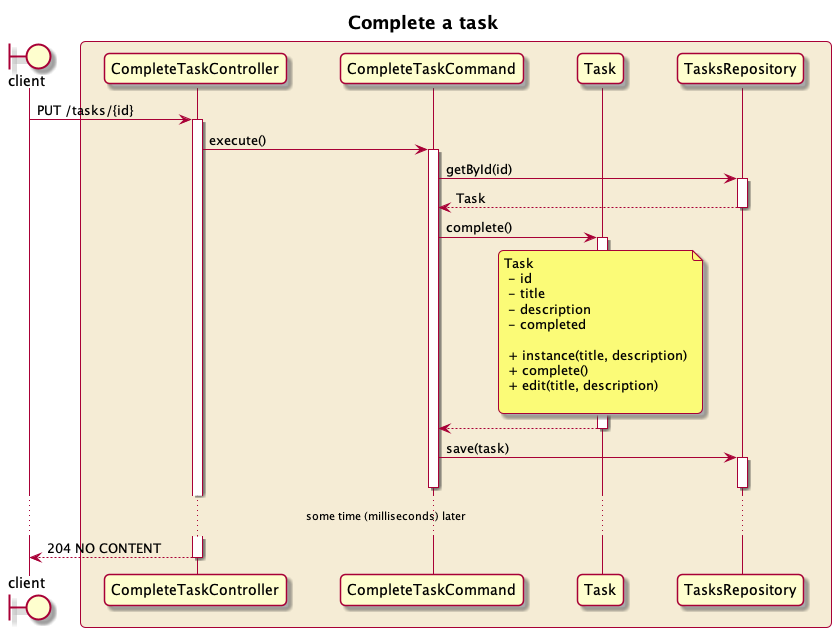
The PlantUML diagram resources/4-complete-task.png in cbfacademy/fullstack-task-management-app, before a commit.
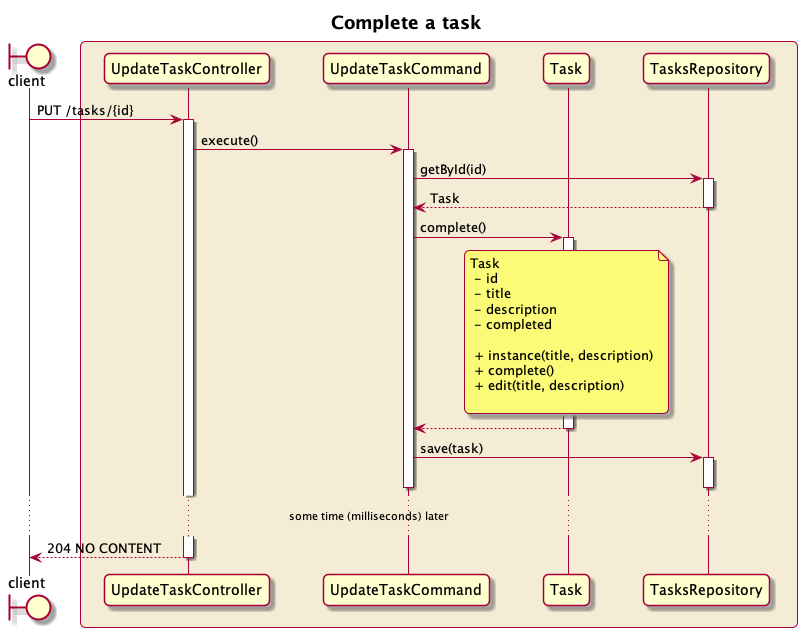
The same file after the commit.

What changed in the source:
```diff
@@ -9,8 +9,8 @@
 boundary client
 
 box #F5ECD5
-participant CompleteTaskController as controller
-participant CompleteTaskCommand as command
+participant UpdateTaskController as controller
+participant UpdateTaskCommand as command
 participant Task as task
 participant TasksRepository as repository
 
```
